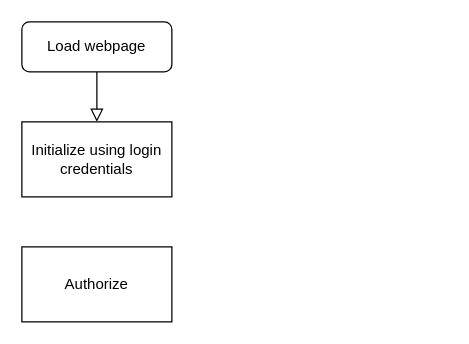
Earlier version of the draw.io diagram UML & Flowcharts/overall_flowchart.drawio (denBruneBarone/P2). Source tidied: cells renumbered, new cells numbered last; positions are measured from the earlier drawing's top-left corner, leaving out a move shared by most shapes. Both pictures are drawn from the tidied source at 125%, with x=0, y=0 at pixel (21, 21).
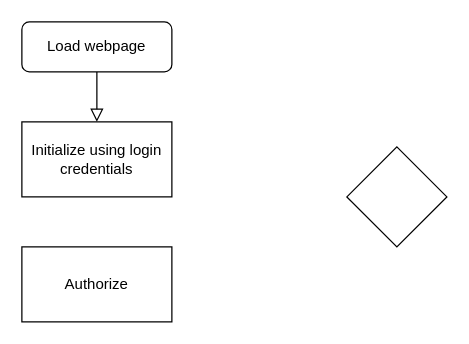
Above is the later version.

What changed in the source:
```diff
@@
 <mxGraphModel>
   <root>
     <mxCell id="0" />
     <mxCell id="1" parent="0" />
     <mxCell id="2" style="rounded=0;html=1;jettySize=auto;fontSize=11;endArrow=block;endFill=0;endSize=8;strokeWidth=1;shadow=0;labelBackgroundColor=none;edgeStyle=orthogonalEdgeStyle;" parent="1" edge="1" source="3" target="4">
       <mxGeometry relative="1" as="geometry" />
     </mxCell>
     <mxCell id="3" value="Load webpage" style="rounded=1;whiteSpace=wrap;html=1;fontSize=12;glass=0;strokeWidth=1;shadow=0;" parent="1" vertex="1">
       <mxGeometry width="120" height="40" as="geometry" />
     </mxCell>
     <mxCell id="4" value="Initialize using login credentials" style="rounded=0;whiteSpace=wrap;html=1;" parent="1" vertex="1">
       <mxGeometry y="80" width="120" height="60" as="geometry" />
     </mxCell>
     <mxCell id="5" value="Authorize" style="rounded=0;whiteSpace=wrap;html=1;" parent="1" vertex="1">
       <mxGeometry y="180" width="120" height="60" as="geometry" />
     </mxCell>
+    <mxCell id="6" style="rhombus;whiteSpace=wrap;html=1;" parent="1" vertex="1">
+      <mxGeometry x="260" y="100" width="80" height="80" as="geometry" />
+    </mxCell>
   </root>
 </mxGraphModel>
```
